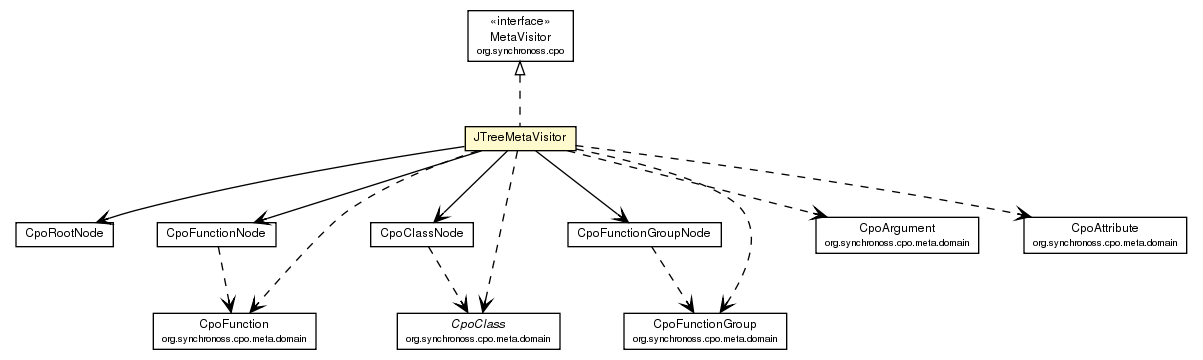
Above: site/apidocs/org/synchronoss/cpo/util/JTreeMetaVisitor.png in synchronoss/cpo-util (Graphviz), before the change. Its source is kept beside it as site/apidocs/org/synchronoss/cpo/util/JTreeMetaVisitor.dot.
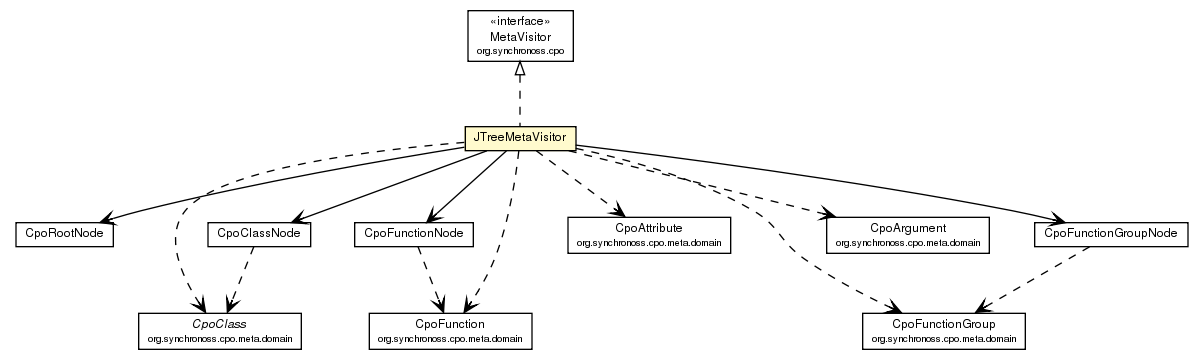
The same file after the commit.

Change to the diagram source:
```diff
@@ -34,37 +34,37 @@
 	c1707:p -> c1721:p [taillabel="", label="", headlabel="", fontname="Helvetica", fontcolor="black", fontsize=10.0, color="black", arrowhead=open];
 	c1707:p -> c1765:p [taillabel="", label="", headlabel="", fontname="Helvetica", fontcolor="black", fontsize=10.0, color="black", arrowhead=open, style=dashed];
 	c1707:p -> c1766:p [taillabel="", label="", headlabel="", fontname="Helvetica", fontcolor="black", fontsize=10.0, color="black", arrowhead=open, style=dashed];
+	c1707:p -> c1767:p [taillabel="", label="", headlabel="", fontname="Helvetica", fontcolor="black", fontsize=10.0, color="black", arrowhead=open, style=dashed];
 	c1707:p -> c1768:p [taillabel="", label="", headlabel="", fontname="Helvetica", fontcolor="black", fontsize=10.0, color="black", arrowhead=open, style=dashed];
-	c1707:p -> c1769:p [taillabel="", label="", headlabel="", fontname="Helvetica", fontcolor="black", fontsize=10.0, color="black", arrowhead=open, style=dashed];
 	c1707:p -> c1770:p [taillabel="", label="", headlabel="", fontname="Helvetica", fontcolor="black", fontsize=10.0, color="black", arrowhead=open, style=dashed];
-	c1721:p -> c1765:p [taillabel="", label="", headlabel="", fontname="Helvetica", fontcolor="black", fontsize=10.0, color="black", arrowhead=open, style=dashed];
-	c1723:p -> c1766:p [taillabel="", label="", headlabel="", fontname="Helvetica", fontcolor="black", fontsize=10.0, color="black", arrowhead=open, style=dashed];
-	c1728:p -> c1768:p [taillabel="", label="", headlabel="", fontname="Helvetica", fontcolor="black", fontsize=10.0, color="black", arrowhead=open, style=dashed];
-	c1766 [label=<<table border="0" cellborder="1" cellspacing="0" cellpadding="2" port="p" href="http://java.sun.com/j2se/1.4.2/docs/api/org/synchronoss/cpo/meta/domain/CpoClass.html">
+	c1721:p -> c1767:p [taillabel="", label="", headlabel="", fontname="Helvetica", fontcolor="black", fontsize=10.0, color="black", arrowhead=open, style=dashed];
+	c1723:p -> c1765:p [taillabel="", label="", headlabel="", fontname="Helvetica", fontcolor="black", fontsize=10.0, color="black", arrowhead=open, style=dashed];
+	c1728:p -> c1770:p [taillabel="", label="", headlabel="", fontname="Helvetica", fontcolor="black", fontsize=10.0, color="black", arrowhead=open, style=dashed];
+	c1765 [label=<<table border="0" cellborder="1" cellspacing="0" cellpadding="2" port="p" href="http://java.sun.com/j2se/1.4.2/docs/api/org/synchronoss/cpo/meta/domain/CpoClass.html">
 		<tr><td><table border="0" cellspacing="0" cellpadding="1">
 			<tr><td><font face="Helvetica-Oblique"> CpoClass </font></td></tr>
 			<tr><td><font point-size="7.0"> org.synchronoss.cpo.meta.domain </font></td></tr>
 		</table></td></tr>
 		</table>>, fontname="Helvetica", fontcolor="black", fontsize=9.0];
-	c1769 [label=<<table border="0" cellborder="1" cellspacing="0" cellpadding="2" port="p" href="http://java.sun.com/j2se/1.4.2/docs/api/org/synchronoss/cpo/meta/domain/CpoArgument.html">
+	c1768 [label=<<table border="0" cellborder="1" cellspacing="0" cellpadding="2" port="p" href="http://java.sun.com/j2se/1.4.2/docs/api/org/synchronoss/cpo/meta/domain/CpoArgument.html">
 		<tr><td><table border="0" cellspacing="0" cellpadding="1">
 			<tr><td> CpoArgument </td></tr>
 			<tr><td><font point-size="7.0"> org.synchronoss.cpo.meta.domain </font></td></tr>
 		</table></td></tr>
 		</table>>, fontname="Helvetica", fontcolor="black", fontsize=9.0];
-	c1770 [label=<<table border="0" cellborder="1" cellspacing="0" cellpadding="2" port="p" href="http://java.sun.com/j2se/1.4.2/docs/api/org/synchronoss/cpo/meta/domain/CpoAttribute.html">
+	c1766 [label=<<table border="0" cellborder="1" cellspacing="0" cellpadding="2" port="p" href="http://java.sun.com/j2se/1.4.2/docs/api/org/synchronoss/cpo/meta/domain/CpoAttribute.html">
 		<tr><td><table border="0" cellspacing="0" cellpadding="1">
 			<tr><td> CpoAttribute </td></tr>
 			<tr><td><font point-size="7.0"> org.synchronoss.cpo.meta.domain </font></td></tr>
 		</table></td></tr>
 		</table>>, fontname="Helvetica", fontcolor="black", fontsize=9.0];
-	c1765 [label=<<table border="0" cellborder="1" cellspacing="0" cellpadding="2" port="p" href="http://java.sun.com/j2se/1.4.2/docs/api/org/synchronoss/cpo/meta/domain/CpoFunction.html">
+	c1767 [label=<<table border="0" cellborder="1" cellspacing="0" cellpadding="2" port="p" href="http://java.sun.com/j2se/1.4.2/docs/api/org/synchronoss/cpo/meta/domain/CpoFunction.html">
 		<tr><td><table border="0" cellspacing="0" cellpadding="1">
 			<tr><td> CpoFunction </td></tr>
 			<tr><td><font point-size="7.0"> org.synchronoss.cpo.meta.domain </font></td></tr>
 		</table></td></tr>
 		</table>>, fontname="Helvetica", fontcolor="black", fontsize=9.0];
-	c1768 [label=<<table border="0" cellborder="1" cellspacing="0" cellpadding="2" port="p" href="http://java.sun.com/j2se/1.4.2/docs/api/org/synchronoss/cpo/meta/domain/CpoFunctionGroup.html">
+	c1770 [label=<<table border="0" cellborder="1" cellspacing="0" cellpadding="2" port="p" href="http://java.sun.com/j2se/1.4.2/docs/api/org/synchronoss/cpo/meta/domain/CpoFunctionGroup.html">
 		<tr><td><table border="0" cellspacing="0" cellpadding="1">
 			<tr><td> CpoFunctionGroup </td></tr>
 			<tr><td><font point-size="7.0"> org.synchronoss.cpo.meta.domain </font></td></tr>
```
